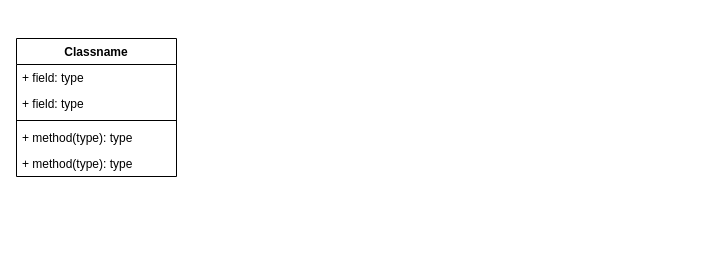
Above: UML диаграмма курсового приложения.drawio in DmytroLievoshko/MyCopyOfPyCliAddressBook (draw.io), before the change. Source tidied: cells renumbered, new cells numbered last; positions are measured from the earlier drawing's top-left corner, leaving out a move shared by most shapes. Both pictures are drawn from the tidied source at 100%, with x=0, y=0 at pixel (16, 38).
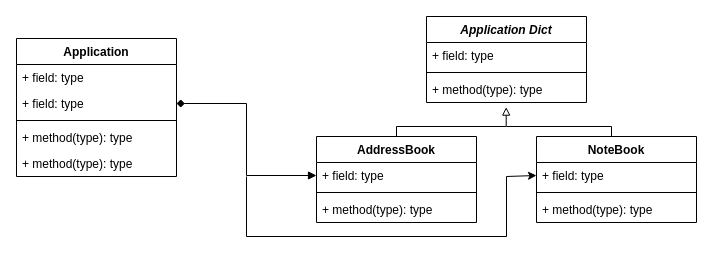
After the change.

Change to the diagram source:
```diff
@@
-    <mxCell id="2" value="Classname" style="swimlane;fontStyle=1;align=center;verticalAlign=top;horizontal=1;startSize=26;" parent="1" vertex="1">
+    <mxCell id="2" value="Application" style="swimlane;fontStyle=1;align=center;verticalAlign=top;horizontal=1;startSize=26;" parent="1" vertex="1">
       <mxGeometry width="160" height="138" as="geometry" />
     </mxCell>
@@
+    <mxCell id="8" value="Application Dict" style="swimlane;fontStyle=3;align=center;verticalAlign=top;horizontal=1;startSize=26;" parent="1" vertex="1">
+      <mxGeometry x="410" y="-22" width="160" height="86" as="geometry" />
+    </mxCell>
+    <mxCell id="9" value="+ field: type" style="text;strokeColor=none;fillColor=none;align=left;verticalAlign=top;spacingLeft=4;spacingRight=4;overflow=hidden;" parent="8" vertex="1">
+      <mxGeometry y="26" width="160" height="26" as="geometry" />
+    </mxCell>
+    <mxCell id="10" style="line;strokeWidth=1;fillColor=none;align=left;verticalAlign=middle;spacingTop=-1;spacingLeft=3;spacingRight=3;labelPosition=right;strokeColor=inherit;" parent="8" vertex="1">
+      <mxGeometry y="52" width="160" height="8" as="geometry" />
+    </mxCell>
+    <mxCell id="11" value="+ method(type): type" style="text;strokeColor=none;fillColor=none;align=left;verticalAlign=top;spacingLeft=4;spacingRight=4;overflow=hidden;points=[[0,0.5],[1,0.5]];portConstraint=eastwest;" parent="8" vertex="1">
+      <mxGeometry y="60" width="160" height="26" as="geometry" />
+    </mxCell>
+    <mxCell id="12" style="edgeStyle=orthogonalEdgeStyle;rounded=0;jettySize=auto;html=1;exitX=0.5;exitY=0;exitDx=0;exitDy=0;entryX=0.498;entryY=1.177;entryDx=0;entryDy=0;entryPerimeter=0;endArrow=block;endFill=0;" parent="1" edge="1" source="13" target="11">
+      <mxGeometry relative="1" as="geometry">
+        <Array as="points">
+          <mxPoint x="380" y="88" />
+          <mxPoint x="490" y="88" />
+        </Array>
+      </mxGeometry>
+    </mxCell>
+    <mxCell id="13" value="AddressBook" style="swimlane;fontStyle=1;align=center;verticalAlign=top;horizontal=1;startSize=26;" parent="1" vertex="1">
+      <mxGeometry x="300" y="98" width="160" height="86" as="geometry" />
+    </mxCell>
+    <mxCell id="14" value="+ field: type" style="text;strokeColor=none;fillColor=none;align=left;verticalAlign=top;spacingLeft=4;spacingRight=4;overflow=hidden;points=[[0,0.5],[1,0.5]];portConstraint=eastwest;" parent="13" vertex="1">
+      <mxGeometry y="26" width="160" height="26" as="geometry" />
+    </mxCell>
+    <mxCell id="15" style="line;strokeWidth=1;fillColor=none;align=left;verticalAlign=middle;spacingTop=-1;spacingLeft=3;spacingRight=3;labelPosition=right;strokeColor=inherit;" parent="13" vertex="1">
+      <mxGeometry y="52" width="160" height="8" as="geometry" />
+    </mxCell>
+    <mxCell id="16" value="+ method(type): type" style="text;strokeColor=none;fillColor=none;align=left;verticalAlign=top;spacingLeft=4;spacingRight=4;overflow=hidden;" parent="13" vertex="1">
+      <mxGeometry y="60" width="160" height="26" as="geometry" />
+    </mxCell>
+    <mxCell id="17" style="rounded=0;jettySize=auto;html=1;exitX=0.5;exitY=0;exitDx=0;exitDy=0;endArrow=none;endFill=0;edgeStyle=elbowEdgeStyle;" parent="1" edge="1" source="18">
+      <mxGeometry relative="1" as="geometry">
+        <mxPoint x="490" y="88" as="targetPoint" />
+        <Array as="points">
+          <mxPoint x="595" y="288" />
+        </Array>
+      </mxGeometry>
+    </mxCell>
+    <mxCell id="18" value="NoteBook" style="swimlane;fontStyle=1;align=center;verticalAlign=top;horizontal=1;startSize=26;" parent="1" vertex="1">
+      <mxGeometry x="520" y="98" width="160" height="86" as="geometry" />
+    </mxCell>
+    <mxCell id="19" value="+ field: type" style="text;strokeColor=none;fillColor=none;align=left;verticalAlign=top;spacingLeft=4;spacingRight=4;overflow=hidden;points=[[0,0.5],[1,0.5]];portConstraint=eastwest;" parent="18" vertex="1">
+      <mxGeometry y="26" width="160" height="26" as="geometry" />
+    </mxCell>
+    <mxCell id="20" style="line;strokeWidth=1;fillColor=none;align=left;verticalAlign=middle;spacingTop=-1;spacingLeft=3;spacingRight=3;labelPosition=right;strokeColor=inherit;" parent="18" vertex="1">
+      <mxGeometry y="52" width="160" height="8" as="geometry" />
+    </mxCell>
+    <mxCell id="21" value="+ method(type): type" style="text;strokeColor=none;fillColor=none;align=left;verticalAlign=top;spacingLeft=4;spacingRight=4;overflow=hidden;" parent="18" vertex="1">
+      <mxGeometry y="60" width="160" height="26" as="geometry" />
+    </mxCell>
+    <mxCell id="22" style="edgeStyle=elbowEdgeStyle;rounded=0;jettySize=auto;html=1;entryX=0;entryY=0.5;entryDx=0;entryDy=0;endArrow=block;endFill=1;startArrow=diamond;startFill=1;" parent="1" edge="1" target="14">
+      <mxGeometry relative="1" as="geometry">
+        <mxPoint x="160" y="65" as="sourcePoint" />
+        <Array as="points">
+          <mxPoint x="230" y="108" />
+        </Array>
+      </mxGeometry>
+    </mxCell>
+    <mxCell id="23" style="endArrow=none;html=1;rounded=0;elbow=vertical;" parent="1" edge="1">
+      <mxGeometry relative="1" as="geometry">
+        <mxPoint x="230" y="138" as="sourcePoint" />
+        <mxPoint x="490" y="198" as="targetPoint" />
+        <Array as="points">
+          <mxPoint x="230" y="198" />
+        </Array>
+      </mxGeometry>
+    </mxCell>
+    <mxCell id="24" style="endArrow=none;html=1;rounded=0;elbow=vertical;" parent="1" edge="1">
+      <mxGeometry relative="1" as="geometry">
+        <mxPoint x="490" y="198" as="sourcePoint" />
+        <mxPoint x="490" y="138" as="targetPoint" />
+      </mxGeometry>
+    </mxCell>
+    <mxCell id="25" style="endArrow=classic;html=1;rounded=0;elbow=vertical;entryX=0;entryY=0.5;entryDx=0;entryDy=0;" parent="1" edge="1" target="19">
+      <mxGeometry relative="1" as="geometry">
+        <mxPoint x="490" y="138" as="sourcePoint" />
+      </mxGeometry>
+    </mxCell>
```
